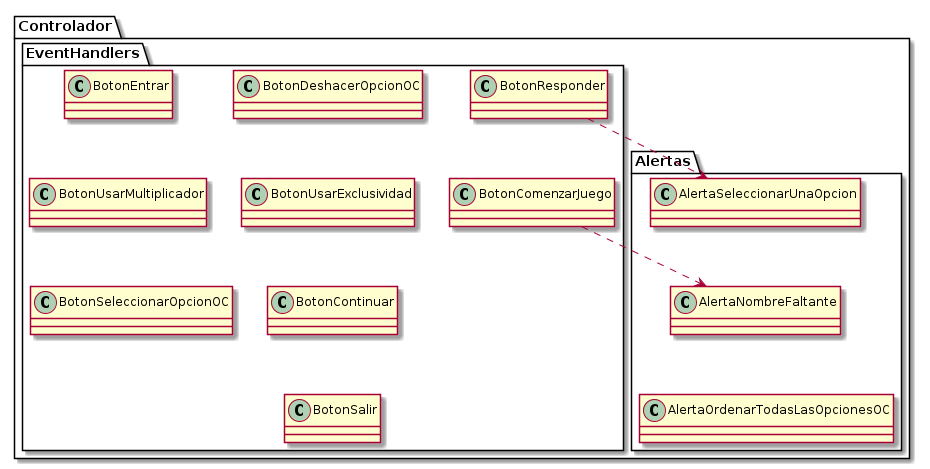
Before: Documentacion/out/Diagramas de Clases/Diagrama de Clases Controladores/Diagrama de Clases Controladores.png, a diagram exported from PlantUML (gcc-cdimatteo/Algoritmos-y-Programacion-III-75.07). Source of this version:
```plantuml
@startuml
skinparam classAttributeIconSize 0

package Controlador {

    package Alertas {
        class AlertaNombreFaltante
        class AlertaOrdenarTodasLasOpcionesOC
        class AlertaSeleccionarUnaOpcion
    }

    package EventHandlers {
        class BotonComenzarJuego
        class BotonContinuar
        class BotonDeshacerOpcionOC
        class BotonEntrar
        class BotonResponder
        class BotonSalir
        class BotonSeleccionarOpcionOC
        class BotonUsarExclusividad
        class BotonUsarMultiplicador
    }

}

AlertaOrdenarTodasLasOpcionesOC -up[hidden]-> AlertaNombreFaltante
AlertaNombreFaltante -up[hidden]-> AlertaSeleccionarUnaOpcion
BotonContinuar -[hidden]-> BotonSalir
BotonDeshacerOpcionOC -[hidden]-> BotonUsarExclusividad
BotonEntrar -[hidden]-> BotonUsarMultiplicador
BotonUsarMultiplicador -[hidden]-> BotonSeleccionarOpcionOC
BotonUsarExclusividad -[hidden]-> BotonContinuar
BotonResponder -[hidden]-> BotonComenzarJuego





BotonComenzarJuego .right.> AlertaNombreFaltante
BotonResponder ..> AlertaSeleccionarUnaOpcion


@enduml
```
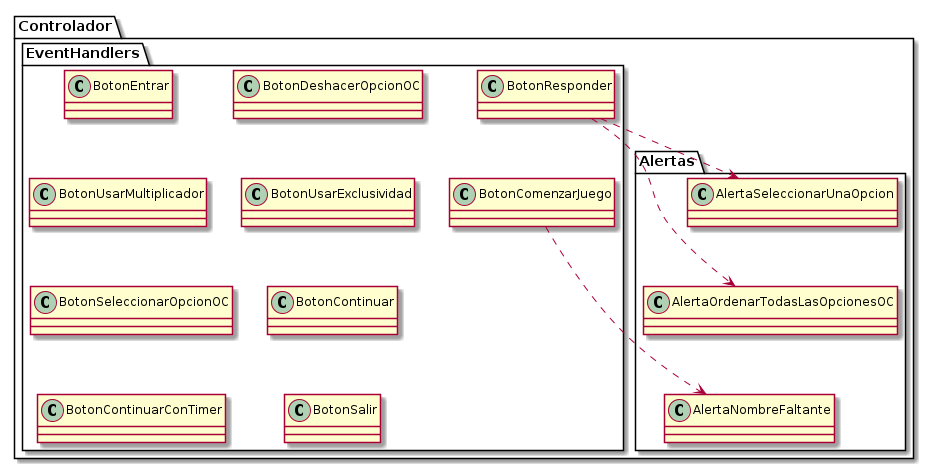
The same file after the commit.

The edit, as a diff of the source:
```diff
@@ -12,6 +12,7 @@
     package EventHandlers {
         class BotonComenzarJuego
         class BotonContinuar
+        class BotonContinuarConTimer
         class BotonDeshacerOpcionOC
         class BotonEntrar
         class BotonResponder
@@ -23,8 +24,8 @@
 
 }
 
-AlertaOrdenarTodasLasOpcionesOC -up[hidden]-> AlertaNombreFaltante
-AlertaNombreFaltante -up[hidden]-> AlertaSeleccionarUnaOpcion
+AlertaNombreFaltante -up[hidden]-> AlertaOrdenarTodasLasOpcionesOC
+AlertaOrdenarTodasLasOpcionesOC -up[hidden]-> AlertaSeleccionarUnaOpcion
 BotonContinuar -[hidden]-> BotonSalir
 BotonDeshacerOpcionOC -[hidden]-> BotonUsarExclusividad
 BotonEntrar -[hidden]-> BotonUsarMultiplicador
@@ -32,12 +33,15 @@
 BotonUsarExclusividad -[hidden]-> BotonContinuar
 BotonResponder -[hidden]-> BotonComenzarJuego
 
+BotonSeleccionarOpcionOC -[hidden]-> BotonContinuarConTimer
+
 
 
 
 
 BotonComenzarJuego .right.> AlertaNombreFaltante
-BotonResponder ..> AlertaSeleccionarUnaOpcion
+BotonResponder .down.> AlertaSeleccionarUnaOpcion
+BotonResponder .right.> AlertaOrdenarTodasLasOpcionesOC
 
 
 @enduml
```
